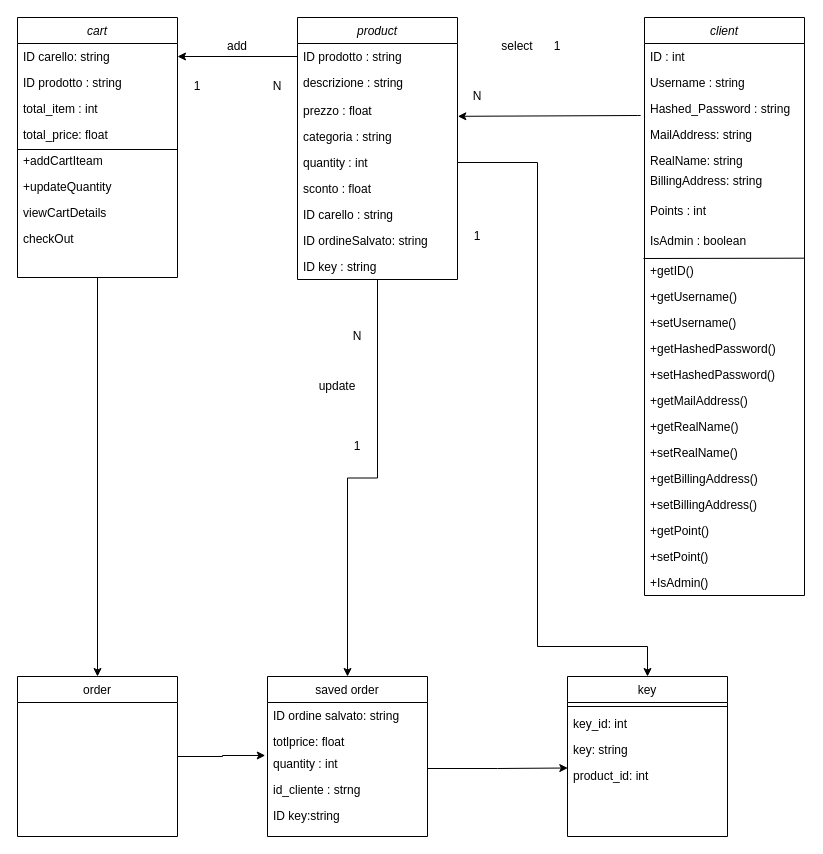
Before: class diagram.drawio in Skat1999/ProgettoI.S, a draw.io diagram. Source tidied: cells renumbered, new cells numbered last; positions are measured from the earlier drawing's top-left corner, leaving out a move shared by most shapes. Both pictures are drawn from the tidied source at 100%, with x=0, y=0 at pixel (17, 17).
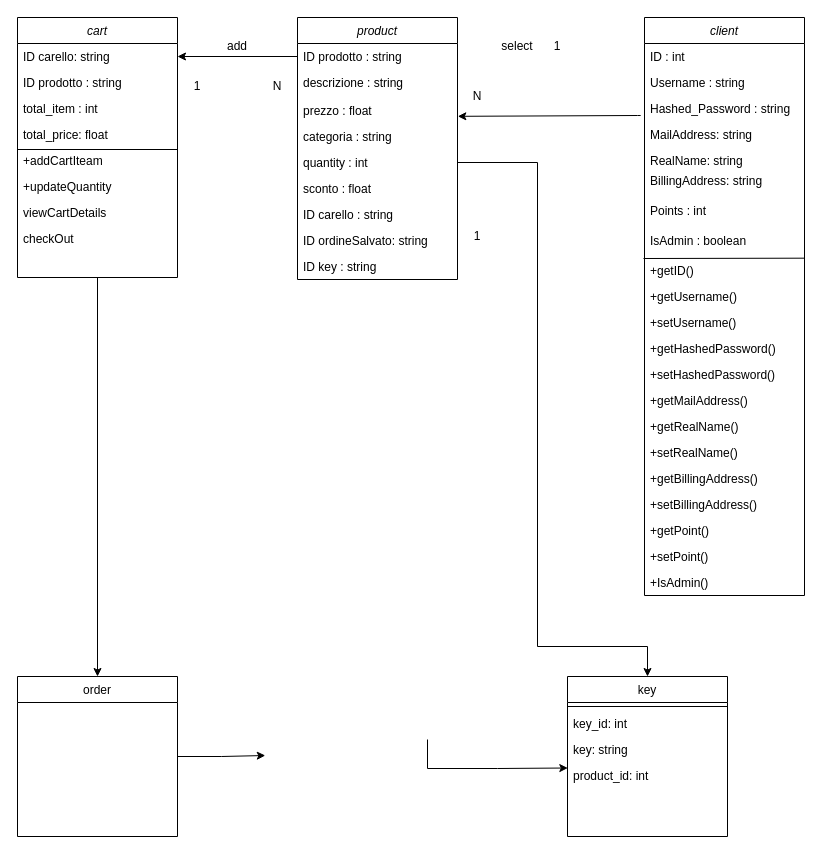
After the change.

Commit message:
Inizio class diagram per ODD.drawio

The change refers to these unchanged cells:
```xml
<mxCell id="3" value="product" style="swimlane;fontStyle=2;align=center;verticalAlign=top;horizontal=1;startSize=26;rounded=0;shadow=0;strokeWidth=1;" parent="1" vertex="1">
  <mxGeometry x="280" width="160" height="262" as="geometry" />
</mxCell>
<mxCell id="40" value="product_id: int" style="text;align=left;verticalAlign=top;spacingLeft=4;spacingRight=4;overflow=hidden;points=[[0,0.5],[1,0.5]];portConstraint=eastwest;" parent="36" vertex="1">
  <mxGeometry y="86" width="160" height="26" as="geometry" />
</mxCell>
<mxCell id="55" value="order" style="swimlane;fontStyle=0;align=center;verticalAlign=top;horizontal=1;startSize=26;rounded=0;shadow=0;strokeWidth=1;" parent="1" vertex="1">
  <mxGeometry y="659" width="160" height="160" as="geometry" />
</mxCell>
```

Diff of the diagram source:
```diff
@@
-    <mxCell id="2" style="edgeStyle=orthogonalEdgeStyle;rounded=0;jettySize=auto;html=1;exitX=0.5;exitY=1;exitDx=0;exitDy=0;entryX=0.5;entryY=0;entryDx=0;entryDy=0;" parent="1" edge="1" source="3" target="56">
-      <mxGeometry relative="1" as="geometry" />
-    </mxCell>
@@
-    <mxCell id="54" style="edgeStyle=orthogonalEdgeStyle;rounded=0;jettySize=auto;html=1;exitX=1;exitY=0.5;exitDx=0;exitDy=0;entryX=-0.014;entryY=0.192;entryDx=0;entryDy=0;entryPerimeter=0;" parent="1" edge="1" source="55" target="59">
-      <mxGeometry relative="1" as="geometry" />
+    <mxCell id="54" style="edgeStyle=orthogonalEdgeStyle;rounded=0;jettySize=auto;html=1;exitX=1;exitY=0.5;exitDx=0;exitDy=0;entryX=-0.014;entryY=0.192;entryDx=0;entryDy=0;entryPerimeter=0;" parent="1" edge="1" source="55">
+      <mxGeometry relative="1" as="geometry">
+        <mxPoint x="247.8" y="738" as="targetPoint" />
+      </mxGeometry>
     </mxCell>
@@
-    <mxCell id="56" value="saved order" style="swimlane;fontStyle=0;align=center;verticalAlign=top;horizontal=1;startSize=26;rounded=0;shadow=0;strokeWidth=1;" parent="1" vertex="1">
-      <mxGeometry x="250" y="659" width="160" height="160" as="geometry" />
-    </mxCell>
-    <mxCell id="57" value="ID ordine salvato: string" style="text;align=left;verticalAlign=top;spacingLeft=4;spacingRight=4;overflow=hidden;rounded=0;shadow=0;html=0;" parent="56" vertex="1">
-      <mxGeometry y="26" width="160" height="26" as="geometry" />
-    </mxCell>
-    <mxCell id="58" value="totlprice: float" style="text;align=left;verticalAlign=top;spacingLeft=4;spacingRight=4;overflow=hidden;points=[[0,0.5],[1,0.5]];portConstraint=eastwest;rounded=0;shadow=0;html=0;" parent="56" vertex="1">
-      <mxGeometry y="52" width="160" height="22" as="geometry" />
-    </mxCell>
-    <mxCell id="59" value="quantity : int" style="text;align=left;verticalAlign=top;spacingLeft=4;spacingRight=4;overflow=hidden;points=[[0,0.5],[1,0.5]];portConstraint=eastwest;rounded=0;shadow=0;html=0;" parent="56" vertex="1">
-      <mxGeometry y="74" width="160" height="26" as="geometry" />
-    </mxCell>
-    <mxCell id="60" value="id_cliente : strng" style="text;align=left;verticalAlign=top;spacingLeft=4;spacingRight=4;overflow=hidden;rounded=0;shadow=0;html=0;" parent="56" vertex="1">
-      <mxGeometry y="100" width="160" height="26" as="geometry" />
-    </mxCell>
-    <mxCell id="61" value="ID key:string" style="text;align=left;verticalAlign=top;spacingLeft=4;spacingRight=4;overflow=hidden;rounded=0;shadow=0;html=0;" parent="56" vertex="1">
-      <mxGeometry y="126" width="160" height="26" as="geometry" />
-    </mxCell>
@@
-    <mxCell id="69" style="edgeStyle=orthogonalEdgeStyle;rounded=0;jettySize=auto;html=1;exitX=1;exitY=0.5;exitDx=0;exitDy=0;entryX=0.002;entryY=0.212;entryDx=0;entryDy=0;entryPerimeter=0;" parent="1" edge="1" source="58" target="40">
+    <mxCell id="69" style="edgeStyle=orthogonalEdgeStyle;rounded=0;jettySize=auto;html=1;exitX=1;exitY=0.5;exitDx=0;exitDy=0;entryX=0.002;entryY=0.212;entryDx=0;entryDy=0;entryPerimeter=0;" parent="1" edge="1" target="40">
       <mxGeometry relative="1" as="geometry">
+        <mxPoint x="410" y="722" as="sourcePoint" />
         <Array as="points">
           <mxPoint x="410" y="751" />
           <mxPoint x="480" y="751" />
         </Array>
       </mxGeometry>
     </mxCell>
@@
-    <mxCell id="71" value="update" style="text;html=1;strokeColor=none;fillColor=none;align=center;verticalAlign=middle;whiteSpace=wrap;rounded=0;" parent="1" vertex="1">
-      <mxGeometry x="300" y="359" width="40" height="20" as="geometry" />
-    </mxCell>
-    <mxCell id="72" value="N" style="text;html=1;strokeColor=none;fillColor=none;align=center;verticalAlign=middle;whiteSpace=wrap;rounded=0;" parent="1" vertex="1">
-      <mxGeometry x="320" y="309" width="40" height="20" as="geometry" />
-    </mxCell>
-    <mxCell id="73" value="1" style="text;html=1;strokeColor=none;fillColor=none;align=center;verticalAlign=middle;whiteSpace=wrap;rounded=0;" parent="1" vertex="1">
-      <mxGeometry x="320" y="419" width="40" height="20" as="geometry" />
-    </mxCell>
```
